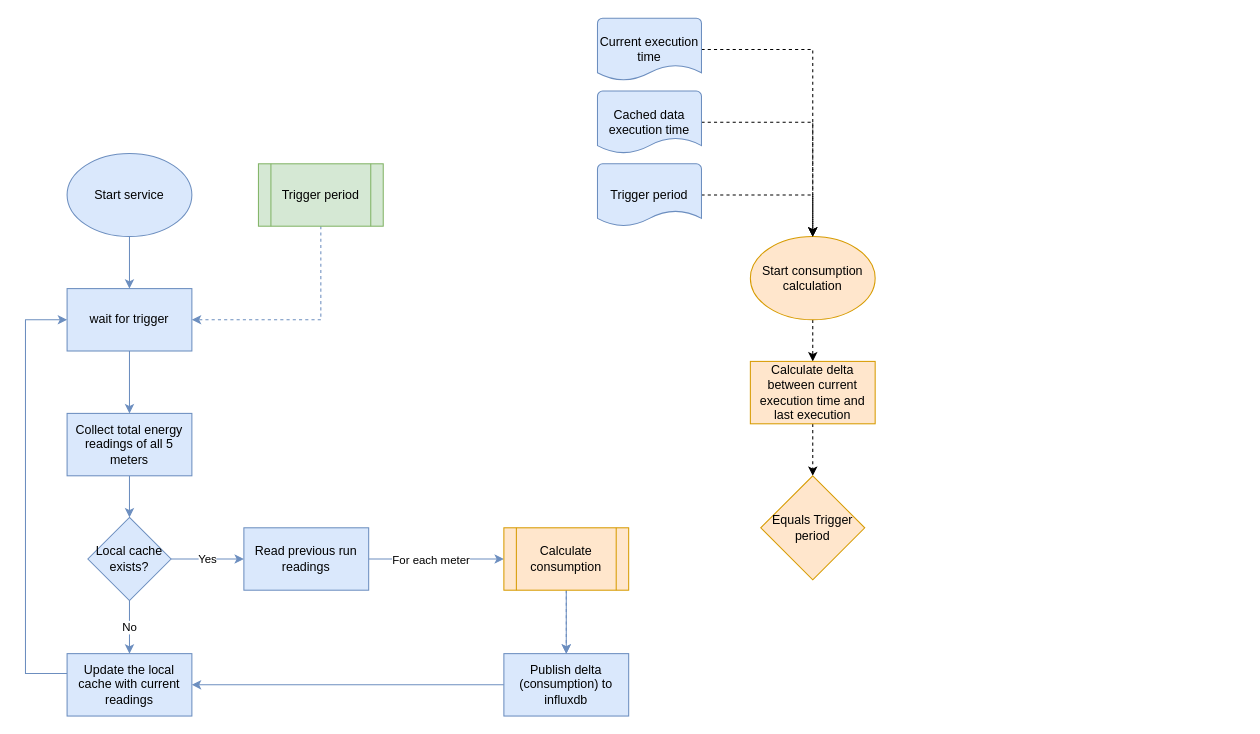
Earlier version of the draw.io diagram application logic.drawio (ananchev/energymeter). Source tidied: cells renumbered, new cells numbered last; positions are measured from the earlier drawing's top-left corner, leaving out a move shared by most shapes. Both pictures are drawn from the tidied source at 104%, with x=0, y=0 at pixel (25, 18).
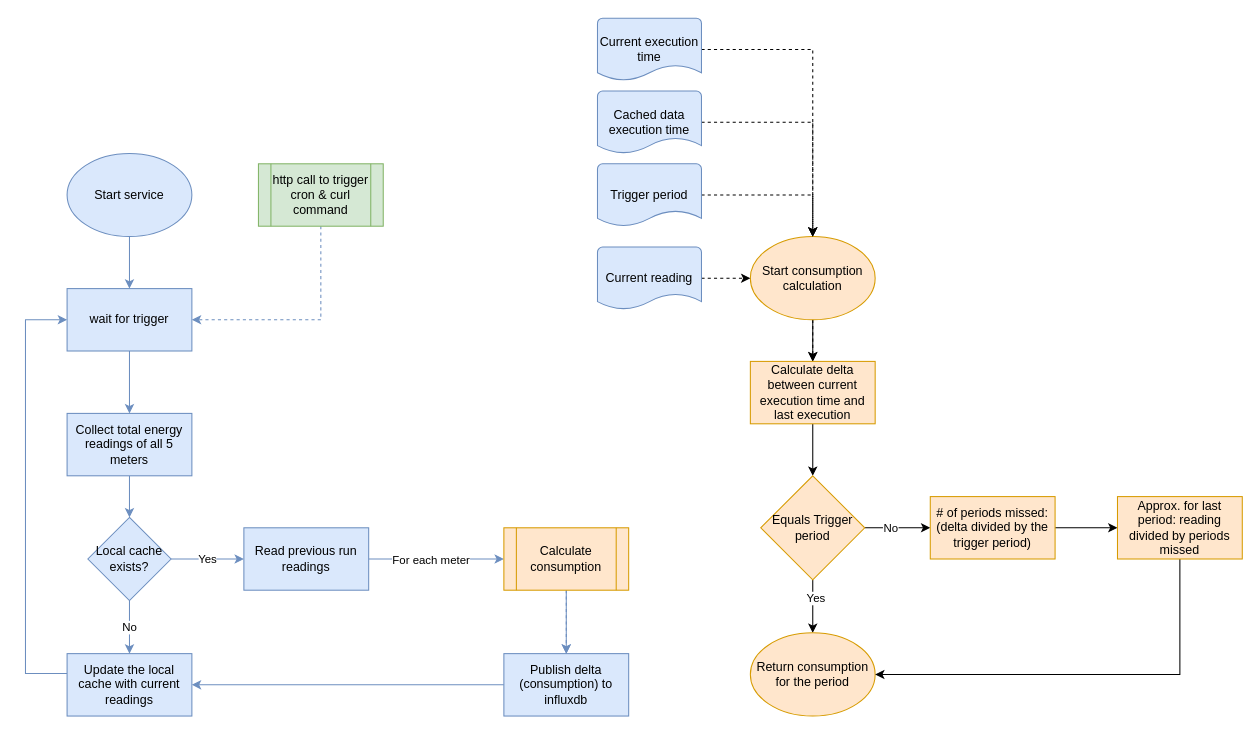
The same diagram, later.

Commit message:
Update application logic drawio

Unchanged cells that the change refers to:
```xml
<mxCell id="24" value="Start consumption calculation" style="ellipse;whiteSpace=wrap;html=1;fillColor=#ffe6cc;strokeColor=#d79b00;" parent="1" vertex="1">
  <mxGeometry x="697" y="210" width="120" height="80" as="geometry" />
</mxCell>
<mxCell id="26" value="Calculate delta between current execution time and last execution" style="rounded=0;whiteSpace=wrap;html=1;fillColor=#ffe6cc;strokeColor=#d79b00;" parent="1" vertex="1">
  <mxGeometry x="697" y="330" width="120" height="60" as="geometry" />
</mxCell>
<mxCell id="33" value="Equals Trigger period" style="strokeWidth=1;html=1;shape=mxgraph.flowchart.decision;whiteSpace=wrap;fillColor=#ffe6cc;strokeColor=#d79b00;" parent="1" vertex="1">
  <mxGeometry x="707" y="440" width="100" height="100" as="geometry" />
</mxCell>
```

Diff of the diagram source:
```diff
@@
-    <mxCell id="20" value="Trigger period" style="shape=process;whiteSpace=wrap;html=1;backgroundOutline=1;fillColor=#d5e8d4;strokeColor=#82b366;" parent="1" vertex="1">
+    <mxCell id="20" value="http call to trigger&lt;br&gt;cron &amp;amp; curl command" style="shape=process;whiteSpace=wrap;html=1;backgroundOutline=1;fillColor=#d5e8d4;strokeColor=#82b366;" parent="1" vertex="1">
       <mxGeometry x="224" y="140" width="120" height="60" as="geometry" />
     </mxCell>
@@
+    <mxCell id="34" style="edgeStyle=orthogonalEdgeStyle;rounded=0;jettySize=auto;html=1;" parent="1" edge="1" source="24" target="26">
+      <mxGeometry relative="1" as="geometry" />
+    </mxCell>
@@
-    <mxCell id="25" style="edgeStyle=orthogonalEdgeStyle;rounded=0;jettySize=auto;html=1;entryX=0.5;entryY=0;entryDx=0;entryDy=0;entryPerimeter=0;dashed=1;" parent="1" edge="1" source="26" target="33">
+    <mxCell id="25" style="edgeStyle=orthogonalEdgeStyle;rounded=0;jettySize=auto;html=1;entryX=0.5;entryY=0;entryDx=0;entryDy=0;entryPerimeter=0;" parent="1" edge="1" source="26" target="33">
       <mxGeometry relative="1" as="geometry" />
     </mxCell>
@@
+    <mxCell id="35" style="edgeStyle=orthogonalEdgeStyle;rounded=0;jettySize=auto;html=1;" parent="1" edge="1" source="33" target="39">
+      <mxGeometry relative="1" as="geometry" />
+    </mxCell>
+    <mxCell id="36" value="Yes" style="edgeLabel;html=1;align=center;verticalAlign=middle;" parent="35" vertex="1">
+      <mxGeometry x="-0.34" y="2" relative="1" as="geometry" />
+    </mxCell>
+    <mxCell id="37" style="edgeStyle=orthogonalEdgeStyle;rounded=0;jettySize=auto;html=1;entryX=0;entryY=0.5;entryDx=0;entryDy=0;" parent="1" edge="1" source="33" target="41">
+      <mxGeometry relative="1" as="geometry" />
+    </mxCell>
+    <mxCell id="38" value="No" style="edgeLabel;html=1;align=center;verticalAlign=middle;" parent="37" vertex="1">
+      <mxGeometry x="-0.23" y="2" relative="1" as="geometry">
+        <mxPoint y="2" as="offset" />
+      </mxGeometry>
+    </mxCell>
@@
+    <mxCell id="39" value="Return consumption for the period" style="ellipse;whiteSpace=wrap;html=1;fillColor=#ffe6cc;strokeColor=#d79b00;" parent="1" vertex="1">
+      <mxGeometry x="697" y="591" width="120" height="80" as="geometry" />
+    </mxCell>
+    <mxCell id="40" style="edgeStyle=orthogonalEdgeStyle;rounded=0;jettySize=auto;html=1;entryX=0;entryY=0.5;entryDx=0;entryDy=0;" parent="1" edge="1" source="41" target="43">
+      <mxGeometry relative="1" as="geometry" />
+    </mxCell>
+    <mxCell id="41" value="# of periods missed: (delta divided by the trigger period)" style="rounded=0;whiteSpace=wrap;html=1;fillColor=#ffe6cc;strokeColor=#d79b00;" parent="1" vertex="1">
+      <mxGeometry x="870" y="460" width="120" height="60" as="geometry" />
+    </mxCell>
+    <mxCell id="42" style="edgeStyle=orthogonalEdgeStyle;rounded=0;jettySize=auto;html=1;entryX=1;entryY=0.5;entryDx=0;entryDy=0;exitX=0.5;exitY=1;exitDx=0;exitDy=0;" parent="1" edge="1" source="43" target="39">
+      <mxGeometry relative="1" as="geometry">
+        <Array as="points">
+          <mxPoint x="1110" y="631" />
+        </Array>
+      </mxGeometry>
+    </mxCell>
+    <mxCell id="43" value="Approx. for last period: reading divided by periods missed" style="rounded=0;whiteSpace=wrap;html=1;fillColor=#ffe6cc;strokeColor=#d79b00;" parent="1" vertex="1">
+      <mxGeometry x="1050" y="460" width="120" height="60" as="geometry" />
+    </mxCell>
+    <mxCell id="44" style="edgeStyle=orthogonalEdgeStyle;rounded=0;jettySize=auto;html=1;entryX=0;entryY=0.5;entryDx=0;entryDy=0;dashed=1;" parent="1" edge="1" source="45" target="24">
+      <mxGeometry relative="1" as="geometry" />
+    </mxCell>
+    <mxCell id="45" value="Current reading" style="strokeWidth=1;html=1;shape=mxgraph.flowchart.document2;whiteSpace=wrap;size=0.25;fillColor=#dae8fc;strokeColor=#6c8ebf;" parent="1" vertex="1">
+      <mxGeometry x="550" y="220" width="100" height="60" as="geometry" />
+    </mxCell>
```
